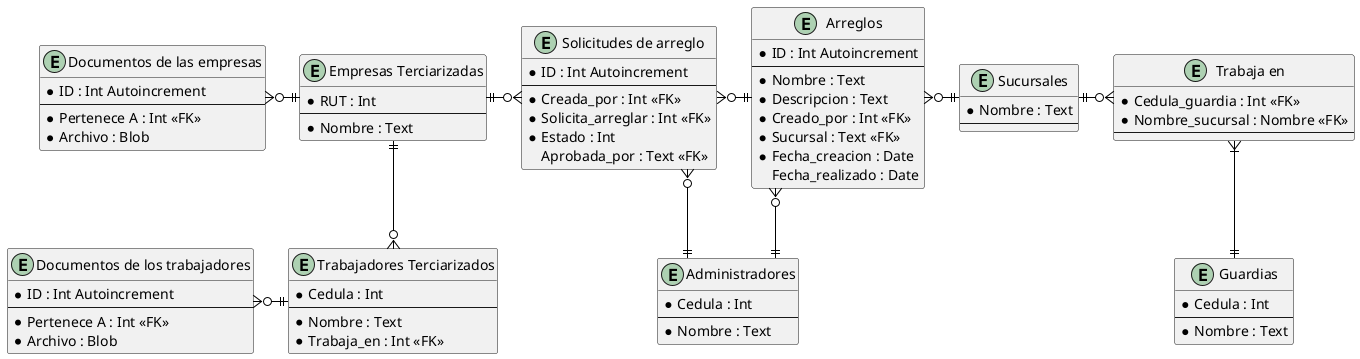
Before: diagramas/Base_de_datos/Diagrama_de_la_Base_de_datos.png, a diagram exported from PlantUML (Arcemist/ProyectoUTU).
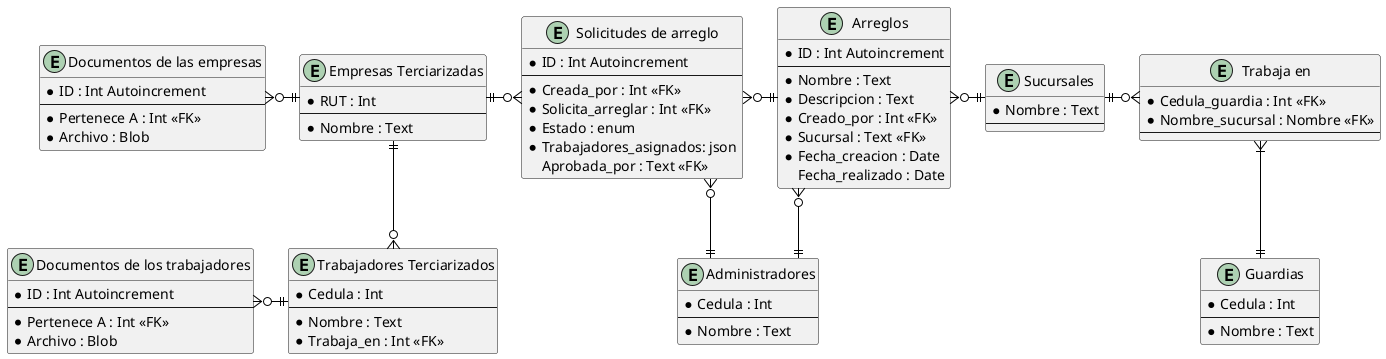
The same diagram one commit later.

Commit message:
Actualize el diagrama

The edit, as a diff of the source:
```diff
@@ -70,7 +70,7 @@
 	* Creado_por : Int <<FK>>
 	* Sucursal : Text <<FK>>
 	* Fecha_creacion : Date
-	Fecha_realizado : Date
+	  Fecha_realizado : Date
 }
 
 entity "Solicitudes de arreglo" {
@@ -78,8 +78,9 @@
 	--
 	* Creada_por : Int <<FK>>
 	* Solicita_arreglar : Int <<FK>>
-	* Estado : Int
-	Aprobada_por : Text <<FK>>
+	* Estado : enum
+	* Trabajadores_asignados: json
+	  Aprobada_por : Text <<FK>>
 }
 
 "Sucursales" ||-r-o{ "Trabaja en"
```
